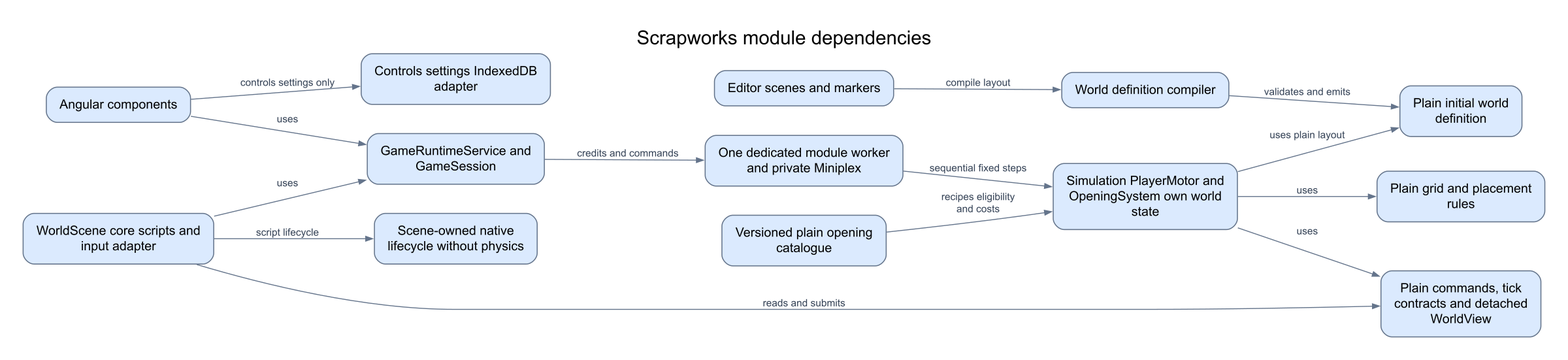
Earlier version of the Mermaid export docs/diagrams/module-dependencies.png (Googlproxer/Scrapworks). Its source is kept beside it as docs/diagrams/src/module-dependencies.mmd.
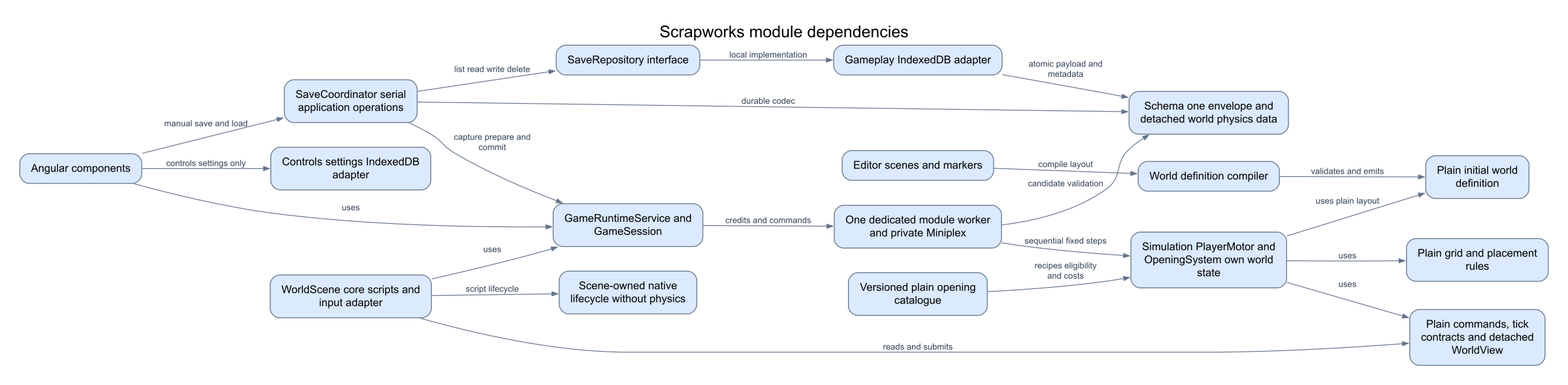
Above is the later version.

Change to the diagram source:
```diff
@@ -11,6 +11,10 @@
     Grid[Plain grid and placement rules]
     Model[Plain commands, tick contracts and detached WorldView]
     Settings[Controls settings IndexedDB adapter]
+    Saves[SaveCoordinator serial application operations]
+    Repository[SaveRepository interface]
+    Local[Gameplay IndexedDB adapter]
+    Snapshot[Schema one envelope and detached world physics data]
 
     Editor -->|compile layout| Compiler
     Compiler -->|validates and emits| Definition
@@ -22,6 +26,13 @@
     Application -->|credits and commands| Worker
     Worker -->|sequential fixed steps| Simulation
     Angular -->|controls settings only| Settings
+    Angular -->|manual save and load| Saves
+    Saves -->|capture prepare and commit| Application
+    Saves -->|list read write delete| Repository
+    Repository -->|local implementation| Local
+    Saves -->|durable codec| Snapshot
+    Worker -->|candidate validation| Snapshot
+    Local -->|atomic payload and metadata| Snapshot
     Content -->|recipes eligibility and costs| Simulation
     Simulation -->|uses| Grid
     Simulation -->|uses| Model
```
